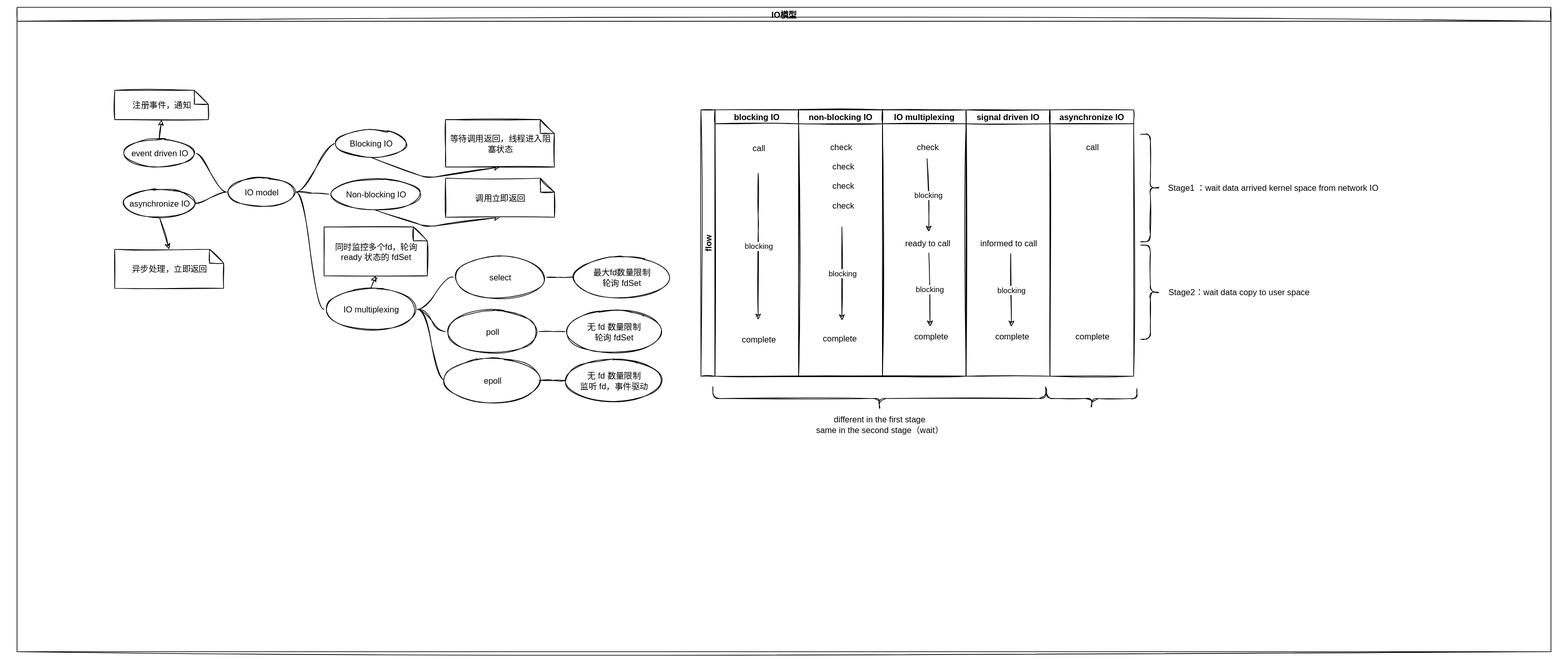
Before: Mindmap/IO模型导图.svg, a diagram exported from draw.io (justin4v/ZettelNotes). Source tidied: cells renumbered, new cells last; positions are measured from the earlier drawing's top-left corner, leaving out a move shared by most shapes.
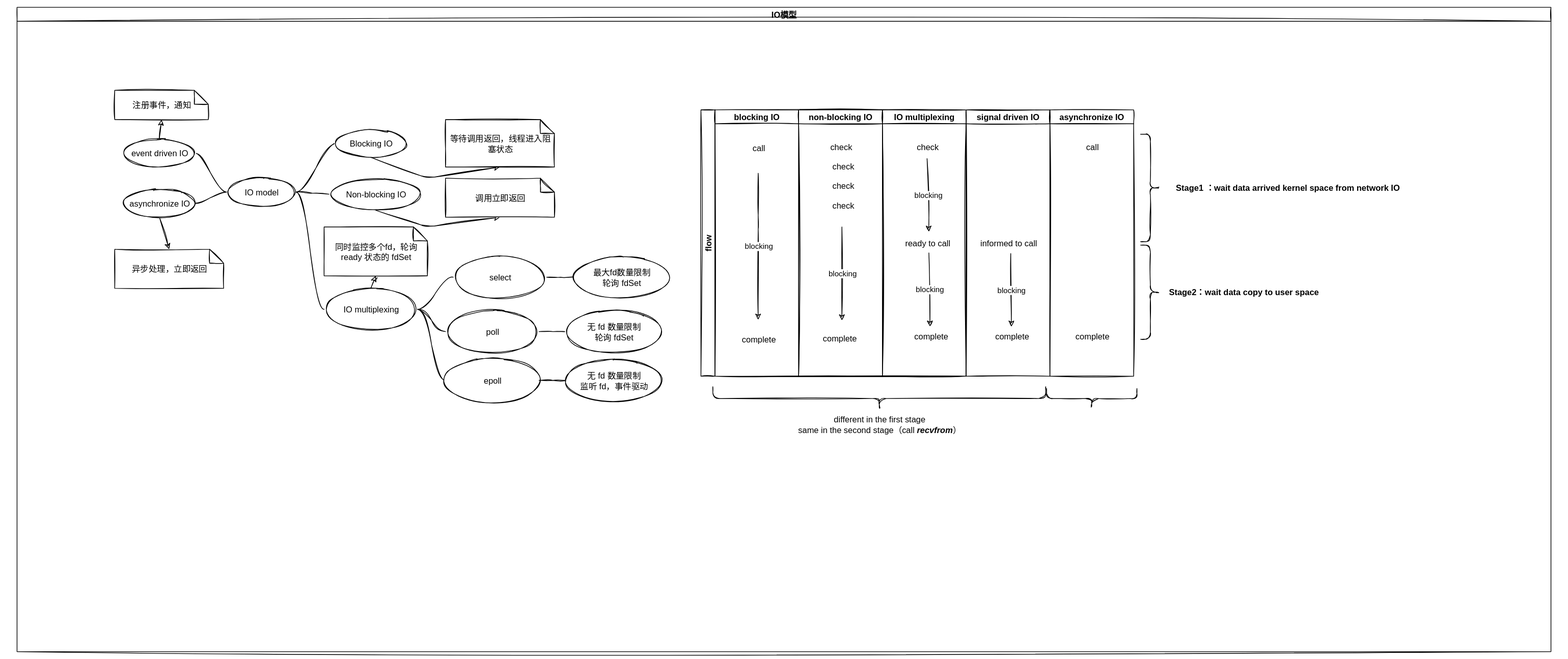
Above is the later version.

Change to the diagram source:
```diff
@@ -216,11 +216,11 @@
     <mxCell id="66" value="complete" style="text;html=1;align=center;verticalAlign=middle;fillColor=none;strokeColor=none;rounded=0;" parent="64" vertex="1">
       <mxGeometry x="25" y="311" width="70" height="28" as="geometry" />
     </mxCell>
-    <mxCell id="67" value="Stage1 ：wait data arrived kernel space from network IO" style="text;html=1;align=center;verticalAlign=middle;fillColor=none;strokeColor=none;rounded=0;" parent="2" vertex="1">
-      <mxGeometry x="1638" y="245" width="322" height="28" as="geometry" />
+    <mxCell id="67" value="&lt;b&gt;Stage1 ：wait data arrived kernel space from network IO&lt;/b&gt;" style="text;html=1;align=center;verticalAlign=middle;fillColor=none;strokeColor=none;rounded=0;" parent="2" vertex="1">
+      <mxGeometry x="1652" y="245" width="336" height="28" as="geometry" />
     </mxCell>
-    <mxCell id="68" value="Stage2：wait data copy to user space" style="text;html=1;align=center;verticalAlign=middle;fillColor=none;strokeColor=none;rounded=0;" parent="2" vertex="1">
-      <mxGeometry x="1638" y="394.5" width="224" height="28" as="geometry" />
+    <mxCell id="68" value="&lt;b&gt;Stage2：wait data copy to user space&lt;/b&gt;" style="text;html=1;align=center;verticalAlign=middle;fillColor=none;strokeColor=none;rounded=0;" parent="2" vertex="1">
+      <mxGeometry x="1638" y="394.5" width="238" height="28" as="geometry" />
     </mxCell>
     <mxCell id="69" style="shape=curlyBracket;whiteSpace=wrap;html=1;rounded=1;flipH=1;" parent="2" vertex="1">
       <mxGeometry x="1610" y="341" width="28" height="135" as="geometry" />
@@ -231,8 +231,8 @@
     <mxCell id="71" style="shape=curlyBracket;whiteSpace=wrap;html=1;rounded=1;flipH=1;rotation=90;" parent="2" vertex="1">
       <mxGeometry x="1525.6" y="496.2" width="28.8" height="129.5" as="geometry" />
     </mxCell>
-    <mxCell id="72" value="different in the first stage&lt;br&gt;same in the second stage（wait）&lt;br&gt;" style="text;html=1;align=center;verticalAlign=middle;fillColor=none;strokeColor=none;rounded=0;" parent="2" vertex="1">
-      <mxGeometry x="1130.5" y="577" width="210" height="42" as="geometry" />
+    <mxCell id="72" value="different in the first stage&lt;br&gt;same in the second stage（call &lt;i&gt;&lt;b&gt;recvfrom&lt;/b&gt;&lt;/i&gt;）" style="text;html=1;align=center;verticalAlign=middle;fillColor=none;strokeColor=none;rounded=0;" parent="2" vertex="1">
+      <mxGeometry x="1109.5" y="577" width="252" height="42" as="geometry" />
     </mxCell>
     <mxCell id="73" style="shape=curlyBracket;whiteSpace=wrap;html=1;rounded=1;flipH=1;" parent="1" vertex="1">
       <mxGeometry x="1610" y="182" width="28" height="154" as="geometry" />
```
